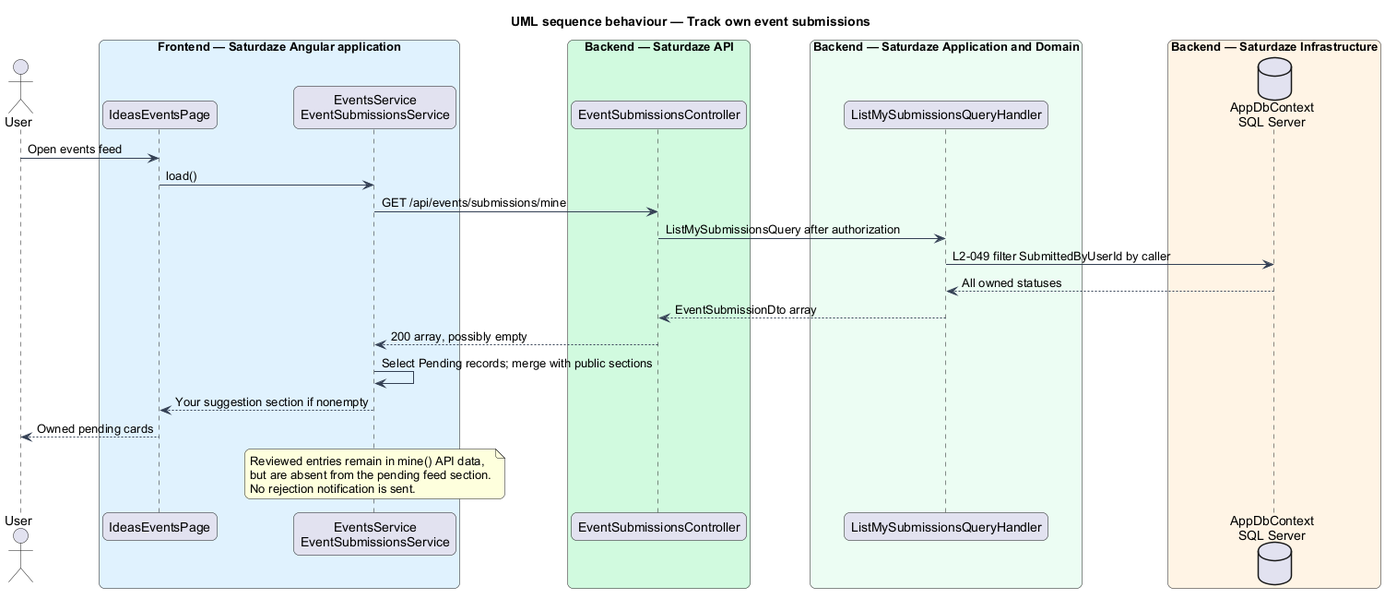
Before: docs/detailed-designs/discovery/track-own-event-submissions/diagrams/sequence-track-submissions.png, a diagram exported from PlantUML (QuinntyneBrown/saturdaze). The source it was exported from:
```plantuml
@startuml
title UML sequence behaviour — Track own event submissions
skinparam backgroundColor #FFFFFF
skinparam shadowing false
skinparam roundcorner 12
skinparam defaultFontName Arial
skinparam ArrowColor #344054
actor "User" as actor
box "Frontend — Saturdaze Angular application" #E0F2FE
 participant "IdeasEventsPage" as page
 participant "EventsService\nEventSubmissionsService" as client
end box
box "Backend — Saturdaze API" #D1FADF
 participant "EventSubmissionsController" as controller
end box
box "Backend — Saturdaze Application and Domain" #ECFDF3
 participant "ListMySubmissionsQueryHandler" as handler
end box
box "Backend — Saturdaze Infrastructure" #FFF4E5
 database "AppDbContext\nSQL Server" as db
end box
actor -> page : Open events feed
page -> client : load()
client -> controller : GET /api/events/submissions/mine
controller -> handler : ListMySubmissionsQuery after authorization
handler -> db : L2-049 filter SubmittedByUserId by caller
db --> handler : All owned statuses
handler --> controller : EventSubmissionDto array
controller --> client : 200 array, possibly empty
client -> client : Select Pending records; merge with public sections
client --> page : Your suggestion section if nonempty
page --> actor : Owned pending cards
note over client
Reviewed entries remain in mine() API data,
but are absent from the pending feed section.
No rejection notification is sent.
end note
@enduml
```
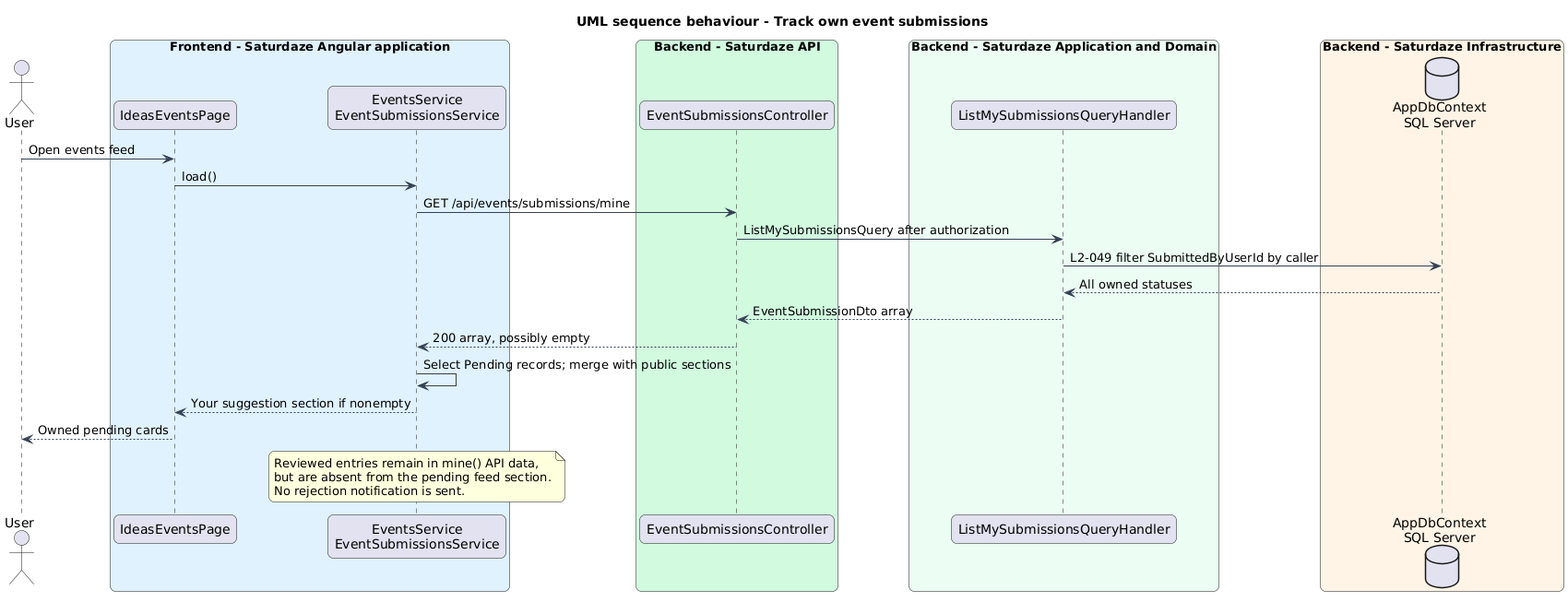
After the commit.

What changed in the source:
```diff
@@ -1,22 +1,22 @@
 @startuml
-title UML sequence behaviour — Track own event submissions
+title UML sequence behaviour - Track own event submissions
 skinparam backgroundColor #FFFFFF
 skinparam shadowing false
 skinparam roundcorner 12
 skinparam defaultFontName Arial
 skinparam ArrowColor #344054
 actor "User" as actor
-box "Frontend — Saturdaze Angular application" #E0F2FE
+box "Frontend - Saturdaze Angular application" #E0F2FE
  participant "IdeasEventsPage" as page
  participant "EventsService\nEventSubmissionsService" as client
 end box
-box "Backend — Saturdaze API" #D1FADF
+box "Backend - Saturdaze API" #D1FADF
  participant "EventSubmissionsController" as controller
 end box
-box "Backend — Saturdaze Application and Domain" #ECFDF3
+box "Backend - Saturdaze Application and Domain" #ECFDF3
  participant "ListMySubmissionsQueryHandler" as handler
 end box
-box "Backend — Saturdaze Infrastructure" #FFF4E5
+box "Backend - Saturdaze Infrastructure" #FFF4E5
  database "AppDbContext\nSQL Server" as db
 end box
 actor -> page : Open events feed
```
